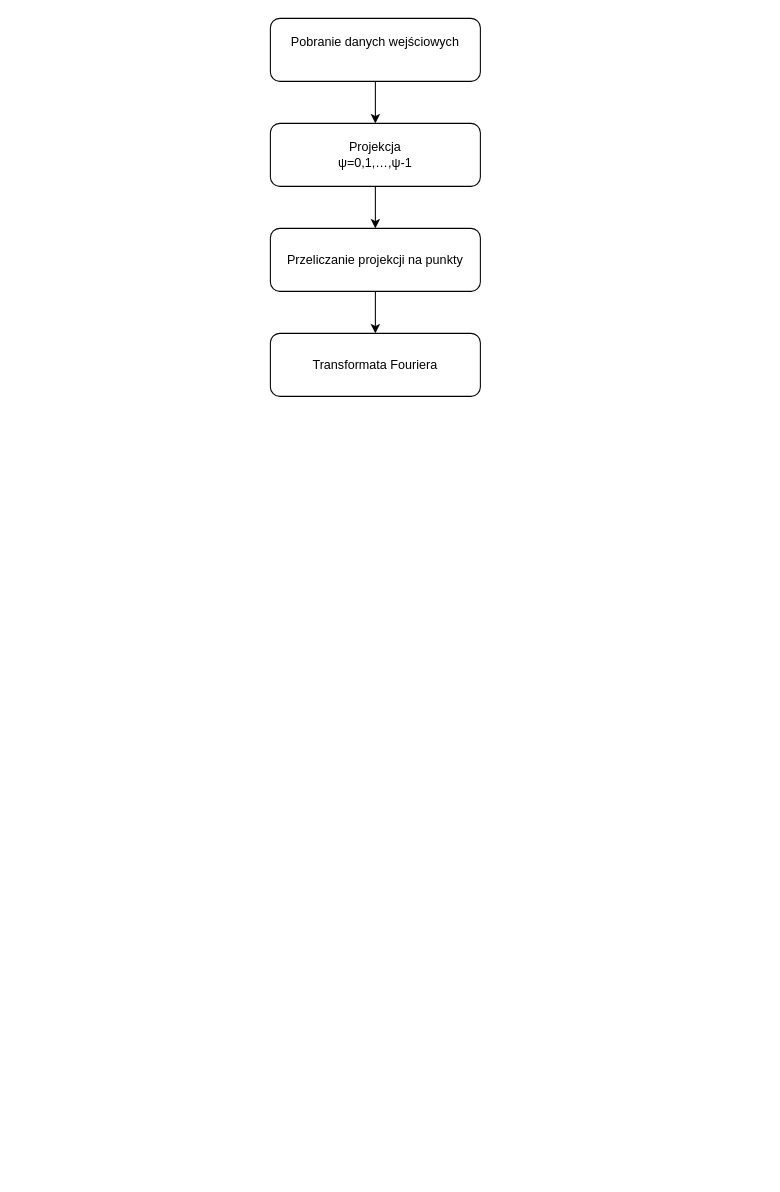
Before: img/Diagram.drawio in effype/shepp-logan-phantom, a draw.io diagram. Source tidied: cells renumbered, new cells numbered last; positions are measured from the earlier drawing's top-left corner, leaving out a move shared by most shapes. Both pictures are drawn from the tidied source at 105%, with x=0, y=0 at pixel (270, 18).
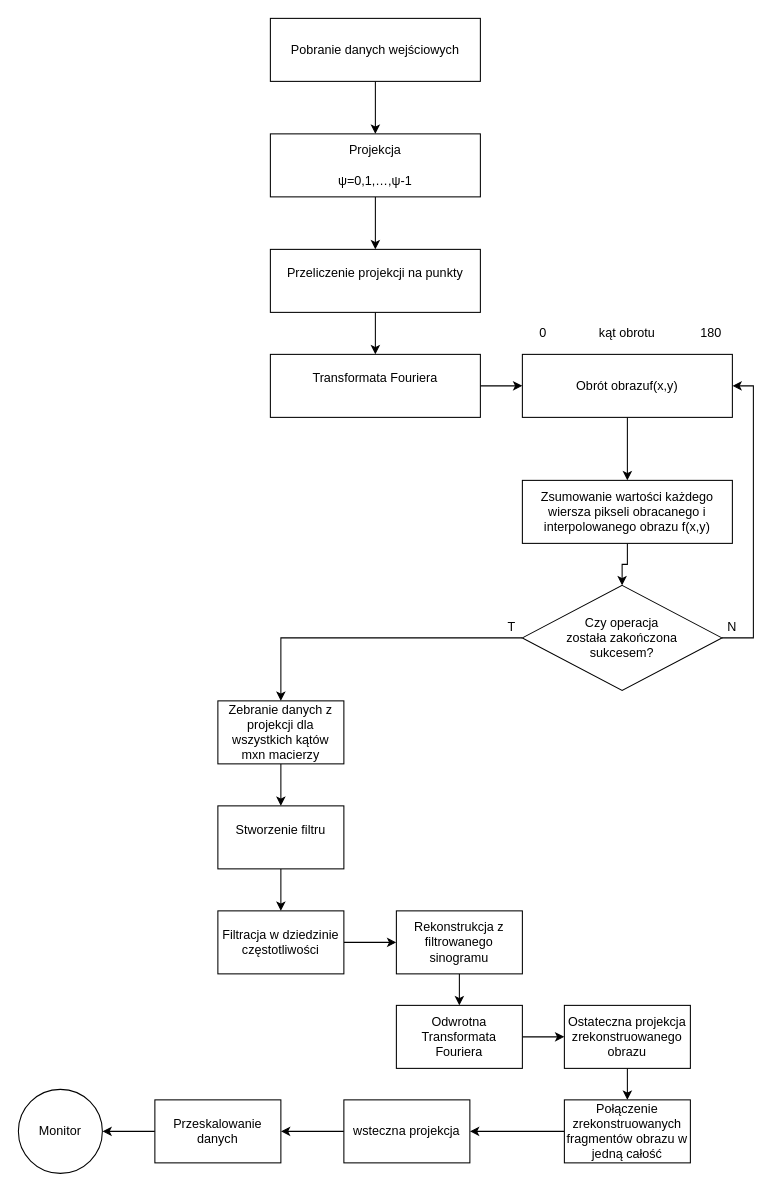
The same diagram, later.

Diff of the diagram source:
```diff
@@
-<mxGraphModel>
+<mxGraphModel background="#ffffff">
@@
-    <mxCell id="3" value="&lt;div&gt;Pobranie danych wejściowych&lt;/div&gt;&lt;div&gt;&lt;br&gt;&lt;/div&gt;" style="rounded=1;whiteSpace=wrap;html=1;" parent="1" vertex="1">
+    <mxCell id="3" value="Pobranie danych wejściowych" style="rounded=1;whiteSpace=wrap;html=1;arcSize=0;" parent="1" vertex="1">
       <mxGeometry width="200" height="60" as="geometry" />
     </mxCell>
-    <mxCell id="4" style="edgeStyle=orthogonalEdgeStyle;rounded=0;jettySize=auto;html=1;" parent="1" edge="1" source="5" target="7">
-      <mxGeometry relative="1" as="geometry" />
-    </mxCell>
+    <mxCell id="9" style="edgeStyle=orthogonalEdgeStyle;rounded=0;jettySize=auto;html=1;" parent="1" edge="1" source="5" target="11">
+      <mxGeometry relative="1" as="geometry" />
+    </mxCell>
-    <mxCell id="5" value="&lt;div&gt;Projekcja &lt;br&gt;&lt;/div&gt;&lt;div&gt;ψ=0,1,…,ψ-1&lt;/div&gt;" style="rounded=1;whiteSpace=wrap;html=1;" parent="1" vertex="1">
-      <mxGeometry y="100" width="200" height="60" as="geometry" />
+    <mxCell id="5" value="&lt;div&gt;Projekcja&lt;/div&gt;&lt;div&gt;&lt;br&gt;&lt;/div&gt;ψ=0,1,…,ψ-1" style="rounded=1;whiteSpace=wrap;html=1;arcSize=0;" parent="1" vertex="1">
+      <mxGeometry y="110" width="200" height="60" as="geometry" />
     </mxCell>
-    <mxCell id="6" style="edgeStyle=orthogonalEdgeStyle;rounded=0;jettySize=auto;html=1;" parent="1" edge="1" source="7" target="8">
-      <mxGeometry relative="1" as="geometry" />
-    </mxCell>
-    <mxCell id="7" value="Przeliczanie projekcji na punkty" style="rounded=1;whiteSpace=wrap;html=1;" parent="1" vertex="1">
-      <mxGeometry y="200" width="200" height="60" as="geometry" />
-    </mxCell>
+    <mxCell id="10" style="edgeStyle=orthogonalEdgeStyle;rounded=0;jettySize=auto;html=1;" parent="1" edge="1" source="11" target="8">
+      <mxGeometry relative="1" as="geometry" />
+    </mxCell>
+    <mxCell id="11" value="&lt;div&gt;Przeliczenie projekcji na punkty&lt;/div&gt;&lt;div&gt;&lt;br&gt;&lt;/div&gt;" style="rounded=1;whiteSpace=wrap;html=1;arcSize=0;" parent="1" vertex="1">
+      <mxGeometry y="220" width="200" height="60" as="geometry" />
+    </mxCell>
+    <mxCell id="12" style="edgeStyle=orthogonalEdgeStyle;rounded=0;jettySize=auto;html=1;" parent="1" edge="1" source="8" target="14">
+      <mxGeometry relative="1" as="geometry" />
+    </mxCell>
-    <mxCell id="8" value="Transformata Fouriera" style="rounded=1;whiteSpace=wrap;html=1;" parent="1" vertex="1">
-      <mxGeometry y="300" width="200" height="60" as="geometry" />
+    <mxCell id="8" value="&lt;div&gt;Transformata Fouriera&lt;/div&gt;&lt;div&gt;&lt;/div&gt;&lt;div&gt;&lt;br&gt;&lt;/div&gt;" style="rounded=0;whiteSpace=wrap;html=1;" parent="1" vertex="1">
+      <mxGeometry y="320" width="200" height="60" as="geometry" />
     </mxCell>
+    <mxCell id="13" style="edgeStyle=orthogonalEdgeStyle;rounded=0;jettySize=auto;html=1;" parent="1" edge="1" source="14" target="16">
+      <mxGeometry relative="1" as="geometry" />
+    </mxCell>
+    <mxCell id="14" value="&lt;div&gt;Obrót obrazuf(x,y)&lt;/div&gt;" style="rounded=0;whiteSpace=wrap;html=1;" parent="1" vertex="1">
+      <mxGeometry x="240" y="320" width="200" height="60" as="geometry" />
+    </mxCell>
+    <mxCell id="15" style="edgeStyle=orthogonalEdgeStyle;rounded=0;jettySize=auto;html=1;" parent="1" edge="1" source="16" target="22">
+      <mxGeometry relative="1" as="geometry" />
+    </mxCell>
+    <mxCell id="16" value="Zsumowanie wartości każdego wiersza pikseli obracanego i interpolowanego obrazu f(x,y)" style="rounded=0;whiteSpace=wrap;html=1;" parent="1" vertex="1">
+      <mxGeometry x="240" y="440" width="200" height="60" as="geometry" />
+    </mxCell>
+    <mxCell id="17" value="kąt obrotu" style="text;html=1;strokeColor=none;fillColor=none;align=center;verticalAlign=middle;whiteSpace=wrap;rounded=0;rotation=0;" parent="1" vertex="1">
+      <mxGeometry x="310" y="290" width="60" height="20" as="geometry" />
+    </mxCell>
+    <mxCell id="18" value="0" style="text;html=1;strokeColor=none;fillColor=none;align=center;verticalAlign=middle;whiteSpace=wrap;rounded=0;" parent="1" vertex="1">
+      <mxGeometry x="240" y="290" width="40" height="20" as="geometry" />
+    </mxCell>
+    <mxCell id="19" value="180" style="text;html=1;strokeColor=none;fillColor=none;align=center;verticalAlign=middle;whiteSpace=wrap;rounded=0;" parent="1" vertex="1">
+      <mxGeometry x="400" y="290" width="40" height="20" as="geometry" />
+    </mxCell>
+    <mxCell id="20" style="edgeStyle=orthogonalEdgeStyle;rounded=0;jettySize=auto;html=1;entryX=1;entryY=0.5;entryDx=0;entryDy=0;" parent="1" edge="1" source="22" target="14">
+      <mxGeometry relative="1" as="geometry">
+        <Array as="points">
+          <mxPoint x="460" y="590" />
+          <mxPoint x="460" y="350" />
+        </Array>
+      </mxGeometry>
+    </mxCell>
+    <mxCell id="21" style="edgeStyle=orthogonalEdgeStyle;rounded=0;jettySize=auto;html=1;" parent="1" edge="1" source="22" target="26">
+      <mxGeometry relative="1" as="geometry" />
+    </mxCell>
+    <mxCell id="22" value="&lt;div&gt;Czy operacja &lt;br&gt;&lt;/div&gt;&lt;div&gt;została zakończona &lt;br&gt;&lt;/div&gt;&lt;div&gt;sukcesem?&lt;/div&gt;" style="rhombus;whiteSpace=wrap;html=1;" parent="1" vertex="1">
+      <mxGeometry x="240" y="540" width="190" height="100" as="geometry" />
+    </mxCell>
+    <mxCell id="23" value="N" style="text;html=1;strokeColor=none;fillColor=none;align=center;verticalAlign=middle;whiteSpace=wrap;rounded=0;" parent="1" vertex="1">
+      <mxGeometry x="420" y="570" width="40" height="20" as="geometry" />
+    </mxCell>
+    <mxCell id="24" value="T" style="text;html=1;strokeColor=none;fillColor=none;align=center;verticalAlign=middle;whiteSpace=wrap;rounded=0;" parent="1" vertex="1">
+      <mxGeometry x="210" y="570" width="40" height="20" as="geometry" />
+    </mxCell>
+    <mxCell id="25" style="edgeStyle=orthogonalEdgeStyle;rounded=0;jettySize=auto;html=1;" parent="1" edge="1" source="26" target="28">
+      <mxGeometry relative="1" as="geometry" />
+    </mxCell>
+    <mxCell id="26" value="Zebranie danych z projekcji dla wszystkich kątów mxn macierzy" style="rounded=0;whiteSpace=wrap;html=1;" parent="1" vertex="1">
+      <mxGeometry x="-50" y="650" width="120" height="60" as="geometry" />
+    </mxCell>
+    <mxCell id="27" style="edgeStyle=orthogonalEdgeStyle;rounded=0;jettySize=auto;html=1;" parent="1" edge="1" source="28" target="30">
+      <mxGeometry relative="1" as="geometry" />
+    </mxCell>
+    <mxCell id="28" value="&lt;div&gt;Stworzenie filtru &lt;br&gt;&lt;/div&gt;&lt;div&gt;&lt;br&gt;&lt;/div&gt;" style="rounded=0;whiteSpace=wrap;html=1;" parent="1" vertex="1">
+      <mxGeometry x="-50" y="750" width="120" height="60" as="geometry" />
+    </mxCell>
+    <mxCell id="29" style="edgeStyle=orthogonalEdgeStyle;rounded=0;jettySize=auto;html=1;" parent="1" edge="1" source="30" target="32">
+      <mxGeometry relative="1" as="geometry" />
+    </mxCell>
+    <mxCell id="30" value="Filtracja w dziedzinie częstotliwości" style="rounded=0;whiteSpace=wrap;html=1;" parent="1" vertex="1">
+      <mxGeometry x="-50" y="850" width="120" height="60" as="geometry" />
+    </mxCell>
+    <mxCell id="31" style="edgeStyle=orthogonalEdgeStyle;rounded=0;jettySize=auto;html=1;" parent="1" edge="1" source="32" target="34">
+      <mxGeometry relative="1" as="geometry" />
+    </mxCell>
+    <mxCell id="32" value="Rekonstrukcja z filtrowanego sinogramu" style="rounded=0;whiteSpace=wrap;html=1;" parent="1" vertex="1">
+      <mxGeometry x="120" y="850" width="120" height="60" as="geometry" />
+    </mxCell>
+    <mxCell id="33" style="edgeStyle=orthogonalEdgeStyle;rounded=0;jettySize=auto;html=1;" parent="1" edge="1" source="34" target="36">
+      <mxGeometry relative="1" as="geometry" />
+    </mxCell>
+    <mxCell id="34" value="Odwrotna Transformata Fouriera" style="rounded=0;whiteSpace=wrap;html=1;" parent="1" vertex="1">
+      <mxGeometry x="120" y="940" width="120" height="60" as="geometry" />
+    </mxCell>
+    <mxCell id="35" style="edgeStyle=orthogonalEdgeStyle;rounded=0;jettySize=auto;html=1;" parent="1" edge="1" source="36" target="38">
+      <mxGeometry relative="1" as="geometry" />
+    </mxCell>
+    <mxCell id="36" value="Ostateczna projekcja zrekonstruowanego obrazu" style="rounded=0;whiteSpace=wrap;html=1;" parent="1" vertex="1">
+      <mxGeometry x="280" y="940" width="120" height="60" as="geometry" />
+    </mxCell>
+    <mxCell id="37" style="edgeStyle=orthogonalEdgeStyle;rounded=0;jettySize=auto;html=1;" parent="1" edge="1" source="38" target="40">
+      <mxGeometry relative="1" as="geometry" />
+    </mxCell>
+    <mxCell id="38" value="Połączenie zrekonstruowanych fragmentów obrazu w jedną całość" style="rounded=0;whiteSpace=wrap;html=1;" parent="1" vertex="1">
+      <mxGeometry x="280" y="1030" width="120" height="60" as="geometry" />
+    </mxCell>
+    <mxCell id="39" style="edgeStyle=orthogonalEdgeStyle;rounded=0;jettySize=auto;html=1;" parent="1" edge="1" source="40" target="43">
+      <mxGeometry relative="1" as="geometry" />
+    </mxCell>
+    <mxCell id="40" value="wsteczna projekcja" style="rounded=0;whiteSpace=wrap;html=1;" parent="1" vertex="1">
+      <mxGeometry x="70" y="1030" width="120" height="60" as="geometry" />
+    </mxCell>
+    <mxCell id="41" value="&lt;div&gt;Monitor&lt;/div&gt;" style="ellipse;whiteSpace=wrap;html=1;" parent="1" vertex="1">
+      <mxGeometry x="-240" y="1020" width="80" height="80" as="geometry" />
+    </mxCell>
+    <mxCell id="42" style="edgeStyle=orthogonalEdgeStyle;rounded=0;jettySize=auto;html=1;" parent="1" edge="1" source="43" target="41">
+      <mxGeometry relative="1" as="geometry" />
+    </mxCell>
+    <mxCell id="43" value="Przeskalowanie danych" style="rounded=0;whiteSpace=wrap;html=1;" parent="1" vertex="1">
+      <mxGeometry x="-110" y="1030" width="120" height="60" as="geometry" />
+    </mxCell>
```
